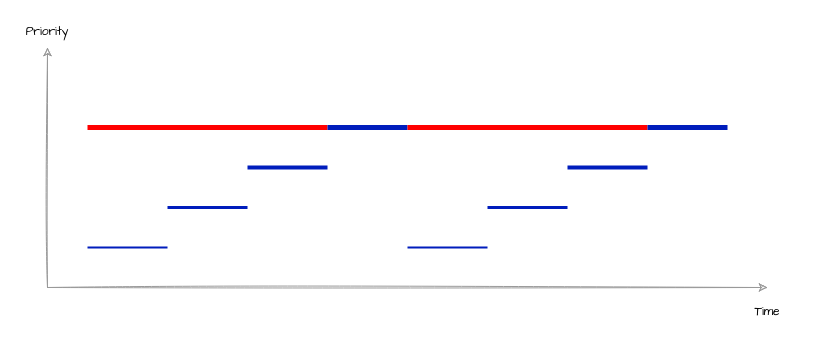
Earlier version of the draw.io diagram page "Starvation" (14 of 18) of assets/OS.drawio (braboj/tutorial-os). Source tidied: cells renumbered, new cells numbered last; positions are measured from the earlier drawing's top-left corner, leaving out a move shared by most shapes. Both pictures are drawn from the tidied source at 100%, with x=0, y=0 at pixel (17, 17).
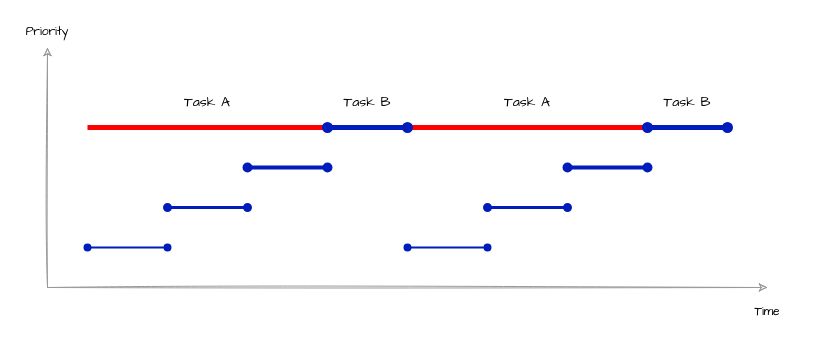
The same page after the edit.

The edit, as a diff of the source:
```diff
@@
+    <mxCell id="12" style="html=1;rounded=0;sketch=0;fontFamily=Comic Sans MS;fontSize=12;fontColor=#000000;strokeColor=#FF0000;fillColor=#e51400;strokeWidth=5;endArrow=none;endFill=0;" parent="1" edge="1">
+      <mxGeometry relative="1" as="geometry">
+        <mxPoint x="390" y="110" as="sourcePoint" />
+        <mxPoint x="630" y="110" as="targetPoint" />
+      </mxGeometry>
+    </mxCell>
@@
-    <mxCell id="5" style="html=1;rounded=0;sketch=0;fontFamily=Comic Sans MS;fontSize=12;fontColor=#000000;strokeColor=#001DBC;endArrow=none;endFill=0;strokeWidth=2;fillColor=#0050ef;" parent="1" edge="1">
+    <mxCell id="5" style="html=1;rounded=0;sketch=0;fontFamily=Comic Sans MS;fontSize=12;fontColor=#000000;strokeColor=#001DBC;endArrow=oval;endFill=1;strokeWidth=2;fillColor=#0050ef;startArrow=oval;startFill=1;" parent="1" edge="1">
       <mxGeometry relative="1" as="geometry">
         <mxPoint x="70" y="230" as="sourcePoint" />
         <mxPoint x="150" y="230" as="targetPoint" />
       </mxGeometry>
     </mxCell>
-    <mxCell id="6" style="html=1;rounded=0;sketch=0;fontFamily=Comic Sans MS;fontSize=12;fontColor=#000000;strokeColor=#001DBC;endArrow=none;endFill=0;strokeWidth=3;fillColor=#0050ef;" parent="1" edge="1">
+    <mxCell id="6" style="html=1;rounded=0;sketch=0;fontFamily=Comic Sans MS;fontSize=12;fontColor=#000000;strokeColor=#001DBC;endArrow=oval;endFill=1;strokeWidth=3;fillColor=#0050ef;startArrow=oval;startFill=1;" parent="1" edge="1">
       <mxGeometry relative="1" as="geometry">
         <mxPoint x="150" y="190" as="sourcePoint" />
         <mxPoint x="230" y="190" as="targetPoint" />
       </mxGeometry>
     </mxCell>
-    <mxCell id="7" style="html=1;rounded=0;sketch=0;fontFamily=Comic Sans MS;fontSize=12;fontColor=#000000;strokeColor=#001DBC;endArrow=none;endFill=0;strokeWidth=4;fillColor=#0050ef;" parent="1" edge="1">
+    <mxCell id="7" style="html=1;rounded=0;sketch=0;fontFamily=Comic Sans MS;fontSize=12;fontColor=#000000;strokeColor=#001DBC;endArrow=oval;endFill=1;strokeWidth=4;fillColor=#0050ef;startArrow=oval;startFill=1;" parent="1" edge="1">
       <mxGeometry relative="1" as="geometry">
         <mxPoint x="230" y="150" as="sourcePoint" />
         <mxPoint x="310" y="150" as="targetPoint" />
       </mxGeometry>
     </mxCell>
-    <mxCell id="8" style="html=1;rounded=0;sketch=0;fontFamily=Comic Sans MS;fontSize=12;fontColor=#000000;strokeColor=#001DBC;endArrow=none;endFill=0;strokeWidth=5;fillColor=#0050ef;" parent="1" edge="1">
+    <mxCell id="8" style="html=1;rounded=0;sketch=0;fontFamily=Comic Sans MS;fontSize=12;fontColor=#000000;strokeColor=#001DBC;endArrow=oval;endFill=1;strokeWidth=5;fillColor=#0050ef;startArrow=oval;startFill=1;" parent="1" edge="1">
       <mxGeometry relative="1" as="geometry">
         <mxPoint x="310" y="110" as="sourcePoint" />
         <mxPoint x="390" y="110" as="targetPoint" />
       </mxGeometry>
     </mxCell>
@@
-    <mxCell id="11" style="html=1;rounded=0;sketch=0;fontFamily=Comic Sans MS;fontSize=12;fontColor=#000000;strokeColor=#001DBC;endArrow=none;endFill=0;strokeWidth=2;fillColor=#0050ef;" parent="1" edge="1">
+    <mxCell id="11" style="html=1;rounded=0;sketch=0;fontFamily=Comic Sans MS;fontSize=12;fontColor=#000000;strokeColor=#001DBC;endArrow=oval;endFill=1;strokeWidth=2;fillColor=#0050ef;startArrow=oval;startFill=1;" parent="1" edge="1">
       <mxGeometry relative="1" as="geometry">
         <mxPoint x="390" y="230" as="sourcePoint" />
         <mxPoint x="470" y="230" as="targetPoint" />
       </mxGeometry>
     </mxCell>
-    <mxCell id="12" style="html=1;rounded=0;sketch=0;fontFamily=Comic Sans MS;fontSize=12;fontColor=#000000;strokeColor=#FF0000;fillColor=#e51400;strokeWidth=5;endArrow=none;endFill=0;" parent="1" edge="1">
-      <mxGeometry relative="1" as="geometry">
-        <mxPoint x="390" y="110" as="sourcePoint" />
-        <mxPoint x="630" y="110" as="targetPoint" />
-      </mxGeometry>
-    </mxCell>
-    <mxCell id="13" style="html=1;rounded=0;sketch=0;fontFamily=Comic Sans MS;fontSize=12;fontColor=#000000;strokeColor=#001DBC;endArrow=none;endFill=0;strokeWidth=3;fillColor=#0050ef;" parent="1" edge="1">
+    <mxCell id="13" style="html=1;rounded=0;sketch=0;fontFamily=Comic Sans MS;fontSize=12;fontColor=#000000;strokeColor=#001DBC;endArrow=oval;endFill=1;strokeWidth=3;fillColor=#0050ef;startArrow=oval;startFill=1;" parent="1" edge="1">
       <mxGeometry relative="1" as="geometry">
         <mxPoint x="470" y="190" as="sourcePoint" />
         <mxPoint x="550" y="190" as="targetPoint" />
       </mxGeometry>
     </mxCell>
-    <mxCell id="14" style="html=1;rounded=0;sketch=0;fontFamily=Comic Sans MS;fontSize=12;fontColor=#000000;strokeColor=#001DBC;endArrow=none;endFill=0;strokeWidth=4;fillColor=#0050ef;" parent="1" edge="1">
+    <mxCell id="14" style="html=1;rounded=0;sketch=0;fontFamily=Comic Sans MS;fontSize=12;fontColor=#000000;strokeColor=#001DBC;endArrow=oval;endFill=1;strokeWidth=4;fillColor=#0050ef;startArrow=oval;startFill=1;" parent="1" edge="1">
       <mxGeometry relative="1" as="geometry">
         <mxPoint x="550" y="150" as="sourcePoint" />
         <mxPoint x="630" y="150" as="targetPoint" />
       </mxGeometry>
     </mxCell>
-    <mxCell id="15" style="html=1;rounded=0;sketch=0;fontFamily=Comic Sans MS;fontSize=12;fontColor=#000000;strokeColor=#001DBC;endArrow=none;endFill=0;strokeWidth=5;fillColor=#0050ef;" parent="1" edge="1">
+    <mxCell id="15" style="html=1;rounded=0;sketch=0;fontFamily=Comic Sans MS;fontSize=12;fontColor=#000000;strokeColor=#001DBC;endArrow=oval;endFill=1;strokeWidth=5;fillColor=#0050ef;startArrow=oval;startFill=1;" parent="1" edge="1">
       <mxGeometry relative="1" as="geometry">
         <mxPoint x="630" y="110" as="sourcePoint" />
         <mxPoint x="710" y="110" as="targetPoint" />
       </mxGeometry>
     </mxCell>
+    <mxCell id="16" value="Task A" style="text;html=1;strokeColor=none;fillColor=none;align=center;verticalAlign=middle;whiteSpace=wrap;rounded=0;shadow=0;dashed=1;sketch=0;fillStyle=auto;fontFamily=Comic Sans MS;fontSize=14;fontColor=#000000;" parent="1" vertex="1">
+      <mxGeometry x="150" y="70" width="80" height="30" as="geometry" />
+    </mxCell>
+    <mxCell id="17" value="Task A" style="text;html=1;strokeColor=none;fillColor=none;align=center;verticalAlign=middle;whiteSpace=wrap;rounded=0;shadow=0;dashed=1;sketch=0;fillStyle=auto;fontFamily=Comic Sans MS;fontSize=14;fontColor=#000000;" parent="1" vertex="1">
+      <mxGeometry x="470" y="70" width="80" height="30" as="geometry" />
+    </mxCell>
+    <mxCell id="18" value="Task B" style="text;html=1;strokeColor=none;fillColor=none;align=center;verticalAlign=middle;whiteSpace=wrap;rounded=0;shadow=0;dashed=1;sketch=0;fillStyle=auto;fontFamily=Comic Sans MS;fontSize=14;fontColor=#000000;" parent="1" vertex="1">
+      <mxGeometry x="310" y="70" width="80" height="30" as="geometry" />
+    </mxCell>
+    <mxCell id="19" value="Task B" style="text;html=1;strokeColor=none;fillColor=none;align=center;verticalAlign=middle;whiteSpace=wrap;rounded=0;shadow=0;dashed=1;sketch=0;fillStyle=auto;fontFamily=Comic Sans MS;fontSize=14;fontColor=#000000;" parent="1" vertex="1">
+      <mxGeometry x="630" y="70" width="80" height="30" as="geometry" />
+    </mxCell>
```
